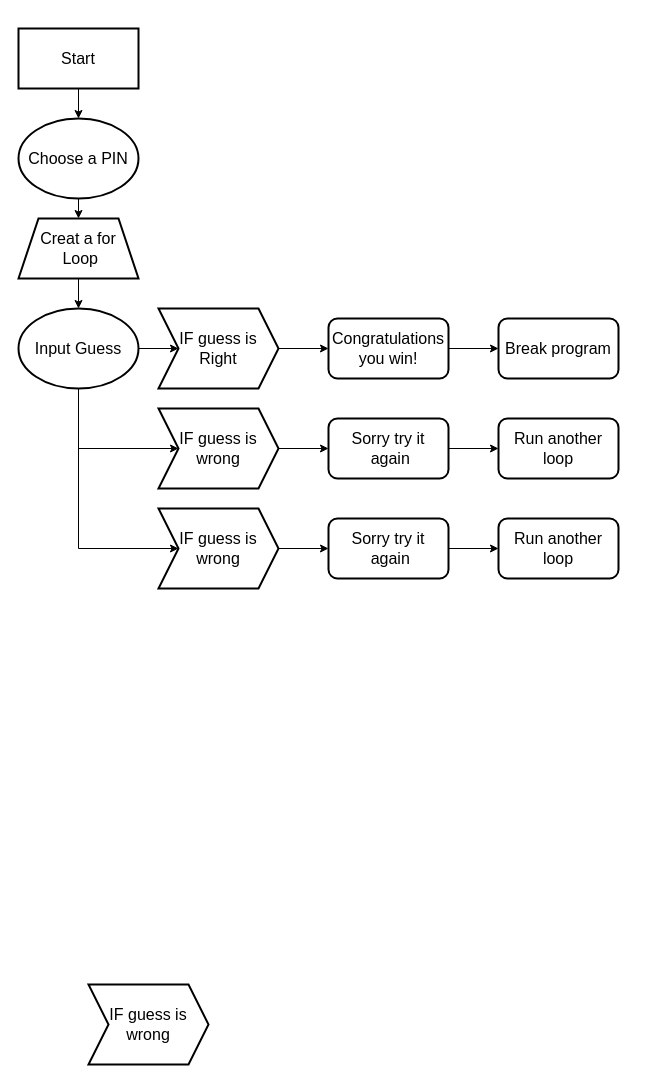
Above: Untitled Diagram.drawio in fernandes-s/Flowcharts (draw.io), before the change. Source tidied: cells renumbered, new cells numbered last; positions are measured from the earlier drawing's top-left corner, leaving out a move shared by most shapes. Both pictures are drawn from the tidied source at 100%, with x=0, y=0 at pixel (18, 28).
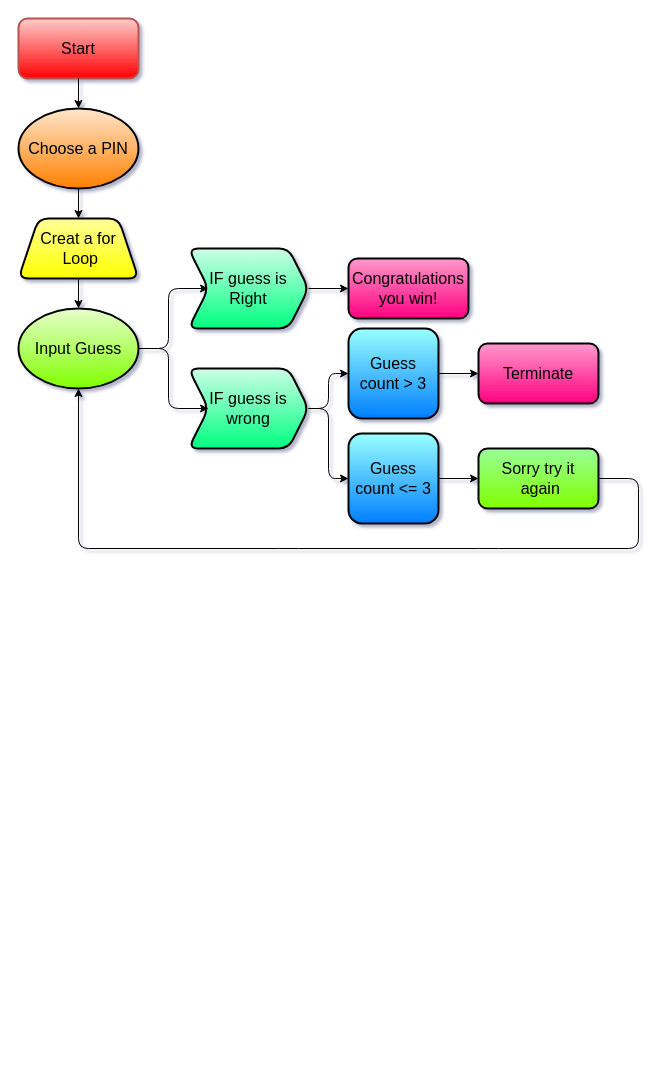
The same page after the edit.

Change to the diagram source:
```diff
@@
-<mxGraphModel>
+<mxGraphModel shadow="1">
@@
-    <mxCell id="2" value="&lt;font style=&quot;font-size: 16px;&quot;&gt;Start&lt;/font&gt;" style="rounded=0;whiteSpace=wrap;html=1;strokeWidth=2;" parent="1" vertex="1">
-      <mxGeometry width="120" height="60" as="geometry" />
+    <mxCell id="2" value="&lt;font style=&quot;font-size: 16px;&quot;&gt;Start&lt;/font&gt;" style="rounded=1;whiteSpace=wrap;html=1;strokeWidth=2;fillColor=#FFCCCC;strokeColor=#b85450;gradientColor=#FF0000;" parent="1" vertex="1">
+      <mxGeometry y="-10" width="120" height="60" as="geometry" />
     </mxCell>
-    <mxCell id="3" style="endArrow=classic;html=1;rounded=0;fontSize=16;exitX=0.5;exitY=1;exitDx=0;exitDy=0;" parent="1" edge="1" source="2" target="4">
+    <mxCell id="3" style="endArrow=classic;html=1;rounded=1;fontSize=16;exitX=0.5;exitY=1;exitDx=0;exitDy=0;" parent="1" edge="1" source="2" target="4">
       <mxGeometry relative="1" as="geometry" />
     </mxCell>
-    <mxCell id="4" value="Choose a PIN" style="ellipse;whiteSpace=wrap;html=1;strokeWidth=2;fontSize=16;" parent="1" vertex="1">
-      <mxGeometry y="90" width="120" height="80" as="geometry" />
+    <mxCell id="4" value="Choose a PIN" style="ellipse;whiteSpace=wrap;html=1;strokeWidth=2;fontSize=16;rounded=1;fillColor=#FFE6CC;gradientColor=#FF8000;" parent="1" vertex="1">
+      <mxGeometry y="80" width="120" height="80" as="geometry" />
     </mxCell>
-    <mxCell id="5" style="endArrow=classic;html=1;rounded=0;fontSize=16;exitX=0.5;exitY=1;exitDx=0;exitDy=0;entryX=0.5;entryY=0;entryDx=0;entryDy=0;" parent="1" edge="1" source="4" target="6">
+    <mxCell id="5" style="endArrow=classic;html=1;rounded=1;fontSize=16;exitX=0.5;exitY=1;exitDx=0;exitDy=0;entryX=0.5;entryY=0;entryDx=0;entryDy=0;" parent="1" edge="1" source="4" target="6">
       <mxGeometry relative="1" as="geometry" />
     </mxCell>
-    <mxCell id="6" value="Creat a for&lt;br&gt;&amp;nbsp;Loop" style="shape=trapezoid;perimeter=trapezoidPerimeter;whiteSpace=wrap;html=1;fixedSize=1;strokeWidth=2;fontSize=16;" parent="1" vertex="1">
+    <mxCell id="6" value="Creat a for&lt;br&gt;&amp;nbsp;Loop" style="shape=trapezoid;perimeter=trapezoidPerimeter;whiteSpace=wrap;html=1;fixedSize=1;strokeWidth=2;fontSize=16;rounded=1;fillColor=#FFFF99;gradientColor=#FFFF00;" parent="1" vertex="1">
       <mxGeometry y="190" width="120" height="60" as="geometry" />
     </mxCell>
-    <mxCell id="7" style="endArrow=classic;html=1;rounded=0;fontSize=16;exitX=0.5;exitY=1;exitDx=0;exitDy=0;" parent="1" edge="1" source="6" target="8">
+    <mxCell id="7" style="endArrow=classic;html=1;rounded=1;fontSize=16;exitX=0.5;exitY=1;exitDx=0;exitDy=0;" parent="1" edge="1" source="6" target="8">
       <mxGeometry relative="1" as="geometry" />
     </mxCell>
-    <mxCell id="8" value="Input Guess" style="ellipse;whiteSpace=wrap;html=1;strokeWidth=2;fontSize=16;" parent="1" vertex="1">
+    <mxCell id="8" value="Input Guess" style="ellipse;whiteSpace=wrap;html=1;strokeWidth=2;fontSize=16;rounded=1;fillColor=#E6FFCC;gradientColor=#80FF00;" parent="1" vertex="1">
       <mxGeometry y="280" width="120" height="80" as="geometry" />
     </mxCell>
-    <mxCell id="9" style="endArrow=classic;html=1;rounded=0;fontSize=16;exitX=1;exitY=0.5;exitDx=0;exitDy=0;entryX=0;entryY=0.5;entryDx=0;entryDy=0;" parent="1" edge="1" source="8" target="10">
-      <mxGeometry relative="1" as="geometry" />
+    <mxCell id="9" style="endArrow=classic;html=1;rounded=1;fontSize=16;exitX=1;exitY=0.5;exitDx=0;exitDy=0;entryX=0;entryY=0.5;entryDx=0;entryDy=0;" parent="1" edge="1" source="8" target="10">
+      <mxGeometry relative="1" as="geometry">
+        <Array as="points">
+          <mxPoint x="150" y="320" />
+          <mxPoint x="150" y="260" />
+        </Array>
+      </mxGeometry>
     </mxCell>
-    <mxCell id="10" value="IF guess is Right" style="shape=step;perimeter=stepPerimeter;whiteSpace=wrap;html=1;fixedSize=1;strokeWidth=2;fontSize=16;" parent="1" vertex="1">
-      <mxGeometry x="140" y="280" width="120" height="80" as="geometry" />
+    <mxCell id="10" value="IF guess is Right" style="shape=step;perimeter=stepPerimeter;whiteSpace=wrap;html=1;fixedSize=1;strokeWidth=2;fontSize=16;rounded=1;fillColor=#CCFFE6;gradientColor=#00FF80;" parent="1" vertex="1">
+      <mxGeometry x="170" y="220" width="120" height="80" as="geometry" />
     </mxCell>
-    <mxCell id="11" value="Congratulations you win!" style="rounded=1;whiteSpace=wrap;html=1;strokeWidth=2;fontSize=16;" parent="1" vertex="1">
-      <mxGeometry x="310" y="290" width="120" height="60" as="geometry" />
+    <mxCell id="11" value="Congratulations you win!" style="rounded=1;whiteSpace=wrap;html=1;strokeWidth=2;fontSize=16;fillColor=#FF99CC;gradientColor=#FF0080;" parent="1" vertex="1">
+      <mxGeometry x="330" y="230" width="120" height="60" as="geometry" />
     </mxCell>
-    <mxCell id="12" style="endArrow=classic;html=1;rounded=0;fontSize=16;exitX=1;exitY=0.5;exitDx=0;exitDy=0;entryX=0;entryY=0.5;entryDx=0;entryDy=0;" parent="1" edge="1" source="10" target="11">
+    <mxCell id="12" style="endArrow=classic;html=1;rounded=1;fontSize=16;exitX=1;exitY=0.5;exitDx=0;exitDy=0;entryX=0;entryY=0.5;entryDx=0;entryDy=0;" parent="1" edge="1" source="10" target="11">
       <mxGeometry relative="1" as="geometry" />
     </mxCell>
-    <mxCell id="13" value="Break program" style="rounded=1;whiteSpace=wrap;html=1;strokeWidth=2;fontSize=16;" parent="1" vertex="1">
-      <mxGeometry x="480" y="290" width="120" height="60" as="geometry" />
-    </mxCell>
-    <mxCell id="14" style="endArrow=classic;html=1;rounded=0;fontSize=16;exitX=1;exitY=0.5;exitDx=0;exitDy=0;entryX=0;entryY=0.5;entryDx=0;entryDy=0;" parent="1" edge="1" source="11" target="13">
-      <mxGeometry relative="1" as="geometry" />
-    </mxCell>
-    <mxCell id="15" value="IF guess is wrong" style="shape=step;perimeter=stepPerimeter;whiteSpace=wrap;html=1;fixedSize=1;strokeWidth=2;fontSize=16;" parent="1" vertex="1">
-      <mxGeometry x="140" y="380" width="120" height="80" as="geometry" />
+    <mxCell id="15" value="IF guess is wrong" style="shape=step;perimeter=stepPerimeter;whiteSpace=wrap;html=1;fixedSize=1;strokeWidth=2;fontSize=16;rounded=1;fillColor=#CCFFE6;gradientColor=#00FF80;" parent="1" vertex="1">
+      <mxGeometry x="170" y="340" width="120" height="80" as="geometry" />
     </mxCell>
-    <mxCell id="16" style="endArrow=classic;html=1;rounded=0;fontSize=16;exitX=0.5;exitY=1;exitDx=0;exitDy=0;entryX=0;entryY=0.5;entryDx=0;entryDy=0;" parent="1" edge="1" source="8" target="15">
+    <mxCell id="16" style="endArrow=classic;html=1;rounded=1;fontSize=16;exitX=1;exitY=0.5;exitDx=0;exitDy=0;entryX=0;entryY=0.5;entryDx=0;entryDy=0;" parent="1" edge="1" source="8" target="15">
       <mxGeometry relative="1" as="geometry">
         <Array as="points">
-          <mxPoint x="60" y="420" />
+          <mxPoint x="150" y="320" />
+          <mxPoint x="150" y="380" />
         </Array>
       </mxGeometry>
     </mxCell>
-    <mxCell id="17" style="endArrow=classic;html=1;rounded=0;fontSize=16;exitX=0.5;exitY=1;exitDx=0;exitDy=0;entryX=0;entryY=0.5;entryDx=0;entryDy=0;" parent="1" edge="1" source="8" target="22">
-      <mxGeometry relative="1" as="geometry">
-        <Array as="points">
-          <mxPoint x="60" y="520" />
-        </Array>
-      </mxGeometry>
-    </mxCell>
-    <mxCell id="18" style="edgeStyle=orthogonalEdgeStyle;rounded=0;jettySize=auto;html=1;fontSize=16;" parent="1" edge="1" source="19" target="21">
-      <mxGeometry relative="1" as="geometry" />
-    </mxCell>
-    <mxCell id="19" value="Sorry try it&lt;br&gt;&amp;nbsp;again" style="rounded=1;whiteSpace=wrap;html=1;strokeWidth=2;fontSize=16;" parent="1" vertex="1">
-      <mxGeometry x="310" y="390" width="120" height="60" as="geometry" />
+    <mxCell id="19" value="Sorry try it&lt;br&gt;&amp;nbsp;again" style="rounded=1;whiteSpace=wrap;html=1;strokeWidth=2;fontSize=16;fillColor=#99FF99;gradientColor=#80FF00;" parent="1" vertex="1">
+      <mxGeometry x="460" y="420" width="120" height="60" as="geometry" />
     </mxCell>
-    <mxCell id="20" style="endArrow=classic;html=1;rounded=0;fontSize=16;exitX=1;exitY=0.5;exitDx=0;exitDy=0;entryX=0;entryY=0.5;entryDx=0;entryDy=0;" parent="1" edge="1" source="15" target="19">
-      <mxGeometry relative="1" as="geometry" />
+    <mxCell id="20" style="endArrow=classic;html=1;rounded=1;fontSize=16;exitX=1;exitY=0.5;exitDx=0;exitDy=0;entryX=0;entryY=0.5;entryDx=0;entryDy=0;" parent="1" edge="1" source="15" target="29">
+      <mxGeometry relative="1" as="geometry">
+        <Array as="points">
+          <mxPoint x="310" y="380" />
+          <mxPoint x="310" y="450" />
+        </Array>
+      </mxGeometry>
     </mxCell>
-    <mxCell id="21" value="Run another loop" style="whiteSpace=wrap;html=1;fontSize=16;rounded=1;strokeWidth=2;" parent="1" vertex="1">
-      <mxGeometry x="480" y="390" width="120" height="60" as="geometry" />
-    </mxCell>
-    <mxCell id="22" value="IF guess is wrong" style="shape=step;perimeter=stepPerimeter;whiteSpace=wrap;html=1;fixedSize=1;strokeWidth=2;fontSize=16;" parent="1" vertex="1">
-      <mxGeometry x="140" y="480" width="120" height="80" as="geometry" />
-    </mxCell>
-    <mxCell id="23" style="edgeStyle=orthogonalEdgeStyle;rounded=0;jettySize=auto;html=1;fontSize=16;" parent="1" edge="1" source="24" target="26">
-      <mxGeometry relative="1" as="geometry" />
-    </mxCell>
-    <mxCell id="24" value="Sorry try it&lt;br&gt;&amp;nbsp;again" style="rounded=1;whiteSpace=wrap;html=1;strokeWidth=2;fontSize=16;" parent="1" vertex="1">
-      <mxGeometry x="310" y="490" width="120" height="60" as="geometry" />
-    </mxCell>
-    <mxCell id="25" style="endArrow=classic;html=1;rounded=0;fontSize=16;exitX=1;exitY=0.5;exitDx=0;exitDy=0;entryX=0;entryY=0.5;entryDx=0;entryDy=0;" parent="1" edge="1" source="22" target="24">
-      <mxGeometry relative="1" as="geometry" />
-    </mxCell>
-    <mxCell id="26" value="Run another loop" style="whiteSpace=wrap;html=1;fontSize=16;rounded=1;strokeWidth=2;" parent="1" vertex="1">
-      <mxGeometry x="480" y="490" width="120" height="60" as="geometry" />
-    </mxCell>
-    <mxCell id="27" value="IF guess is wrong" style="shape=step;perimeter=stepPerimeter;whiteSpace=wrap;html=1;fixedSize=1;strokeWidth=2;fontSize=16;" parent="1" vertex="1">
-      <mxGeometry x="70" y="956" width="120" height="80" as="geometry" />
-    </mxCell>
+    <mxCell id="28" style="endArrow=classic;html=1;rounded=1;fontSize=16;exitX=1;exitY=0.5;exitDx=0;exitDy=0;entryX=0.5;entryY=1;entryDx=0;entryDy=0;" parent="1" edge="1" source="19" target="8">
+      <mxGeometry relative="1" as="geometry">
+        <Array as="points">
+          <mxPoint x="620" y="450" />
+          <mxPoint x="620" y="520" />
+          <mxPoint x="470" y="520" />
+          <mxPoint x="270" y="520" />
+          <mxPoint x="60" y="520" />
+        </Array>
+      </mxGeometry>
+    </mxCell>
+    <mxCell id="29" value="Guess count &amp;lt;= 3" style="whiteSpace=wrap;html=1;strokeWidth=2;fontSize=16;rounded=1;fillColor=#99FFFF;gradientColor=#007FFF;" parent="1" vertex="1">
+      <mxGeometry x="330" y="405" width="90" height="90" as="geometry" />
+    </mxCell>
+    <mxCell id="30" value="Guess count &amp;gt; 3" style="whiteSpace=wrap;html=1;strokeWidth=2;fontSize=16;rounded=1;fillColor=#99FFFF;gradientColor=#007FFF;" parent="1" vertex="1">
+      <mxGeometry x="330" y="300" width="90" height="90" as="geometry" />
+    </mxCell>
+    <mxCell id="31" style="endArrow=classic;html=1;rounded=1;fontSize=16;exitX=1;exitY=0.5;exitDx=0;exitDy=0;entryX=0;entryY=0.5;entryDx=0;entryDy=0;" parent="1" edge="1" source="15" target="30">
+      <mxGeometry relative="1" as="geometry">
+        <Array as="points">
+          <mxPoint x="310" y="380" />
+          <mxPoint x="310" y="345" />
+        </Array>
+      </mxGeometry>
+    </mxCell>
+    <mxCell id="32" style="endArrow=classic;html=1;rounded=1;fontSize=16;exitX=1;exitY=0.5;exitDx=0;exitDy=0;entryX=0;entryY=0.5;entryDx=0;entryDy=0;" parent="1" edge="1" source="29" target="19">
+      <mxGeometry relative="1" as="geometry" />
+    </mxCell>
+    <mxCell id="33" style="endArrow=classic;html=1;rounded=1;fontSize=16;exitX=1;exitY=0.5;exitDx=0;exitDy=0;entryX=0;entryY=0.5;entryDx=0;entryDy=0;" parent="1" edge="1" source="30" target="34">
+      <mxGeometry relative="1" as="geometry" />
+    </mxCell>
+    <mxCell id="34" value="&lt;font style=&quot;font-size: 16px;&quot;&gt;Terminate&lt;/font&gt;" style="rounded=1;whiteSpace=wrap;html=1;strokeWidth=2;fillColor=#FF99CC;gradientColor=#FF0080;" parent="1" vertex="1">
+      <mxGeometry x="460" y="315" width="120" height="60" as="geometry" />
+    </mxCell>
```
